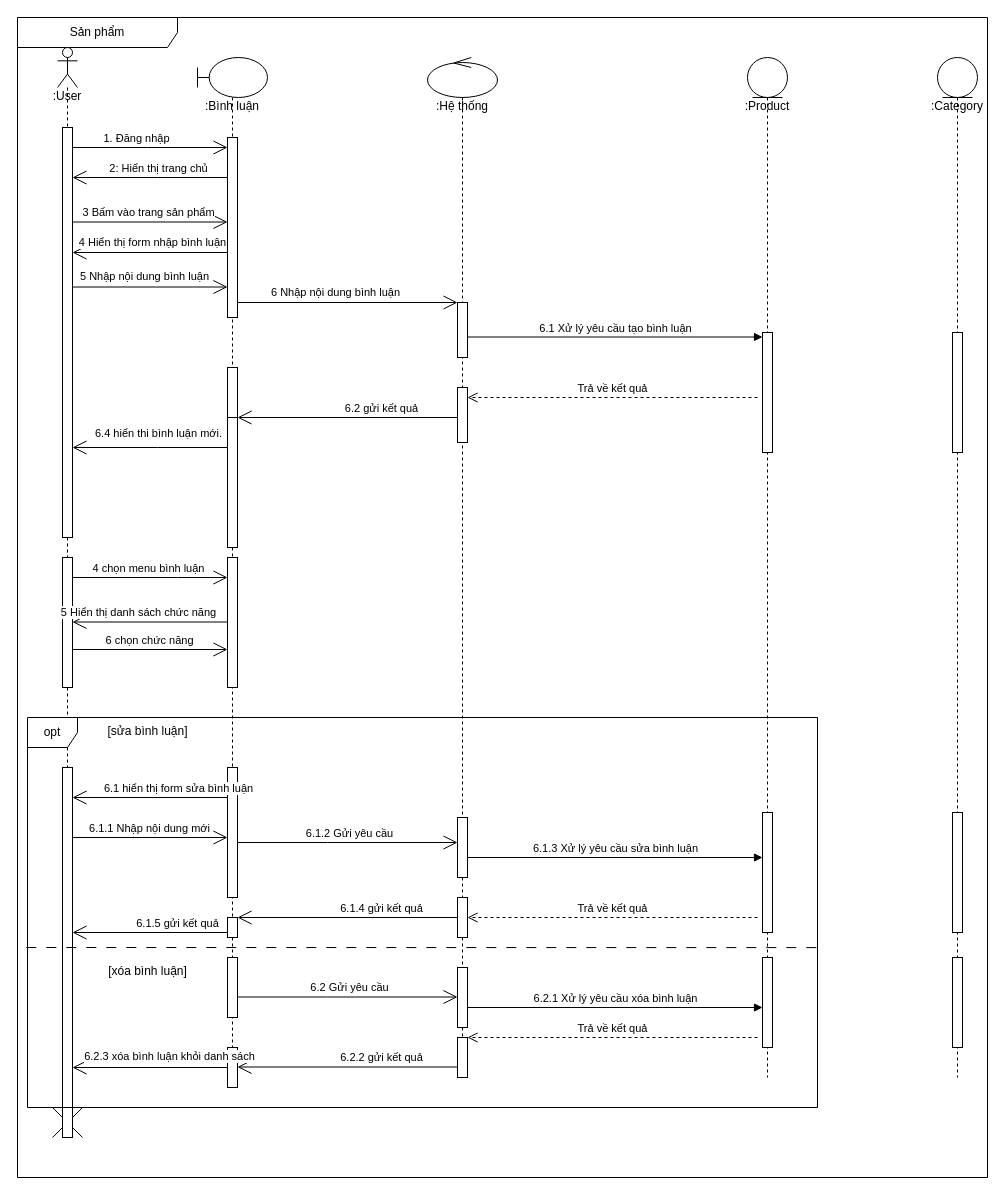
Above: page "Page-6" (6 of 10) of BlogProject/BlogProject/DangKySequence.drawio in TranThanhHoang123/Blog (draw.io), before the change. Source tidied: cells renumbered, new cells numbered last; positions are measured from the earlier drawing's top-left corner, leaving out a move shared by most shapes. Both pictures are drawn from the tidied source at 100%, with x=0, y=0 at pixel (17, 17).
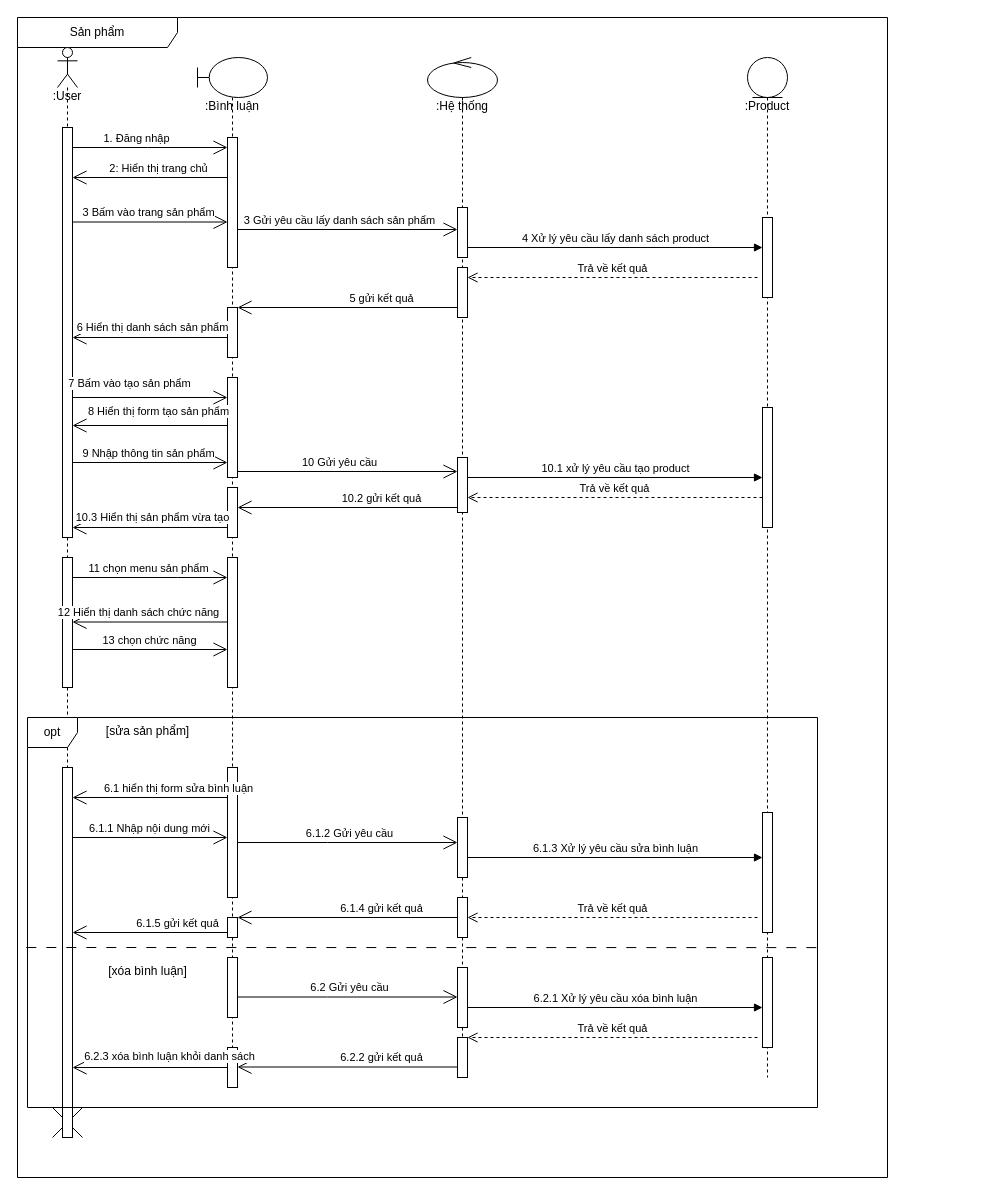
Above is the later version.

Unchanged cells that the change refers to:
```xml
<mxCell id="5" style="html=1;points=[[0,0,0,0,5],[0,1,0,0,-5],[1,0,0,0,5],[1,1,0,0,-5]];perimeter=orthogonalPerimeter;outlineConnect=0;targetShapes=umlLifeline;portConstraint=eastwest;newEdgeStyle={&quot;curved&quot;:0,&quot;rounded&quot;:0};" parent="4" vertex="1">
  <mxGeometry x="5" y="80" width="10" height="410" as="geometry" />
</mxCell>
<mxCell id="8" value="&lt;div&gt;&lt;br&gt;&lt;/div&gt;&lt;div&gt;&lt;br&gt;&lt;/div&gt;&lt;div&gt;&lt;br&gt;&lt;/div&gt;&lt;div&gt;&lt;br&gt;&lt;/div&gt;&lt;div&gt;:Bình luận&lt;/div&gt;" style="shape=umlLifeline;perimeter=lifelinePerimeter;whiteSpace=wrap;html=1;newEdgeStyle={&quot;curved&quot;:0,&quot;rounded&quot;:0};participant=umlBoundary;" parent="2" vertex="1">
  <mxGeometry x="180" y="40" width="70" height="1030" as="geometry" />
</mxCell>
<mxCell id="12" value="&lt;div&gt;&lt;br&gt;&lt;/div&gt;&lt;div&gt;&lt;br&gt;&lt;/div&gt;&lt;div&gt;&lt;br&gt;&lt;/div&gt;&lt;div&gt;&lt;br&gt;&lt;/div&gt;&lt;div&gt;:Hệ thống&lt;/div&gt;" style="shape=umlLifeline;perimeter=lifelinePerimeter;whiteSpace=wrap;html=1;newEdgeStyle={&quot;curved&quot;:0,&quot;rounded&quot;:0};participant=umlControl;" parent="2" vertex="1">
  <mxGeometry x="410" y="40" width="70" height="1020" as="geometry" />
</mxCell>
<mxCell id="16" value="&lt;div&gt;&lt;br&gt;&lt;/div&gt;&lt;div&gt;&lt;br&gt;&lt;/div&gt;&lt;div&gt;&lt;br&gt;&lt;/div&gt;&lt;div&gt;&lt;br&gt;&lt;/div&gt;&lt;div&gt;:Product&lt;/div&gt;" style="shape=umlLifeline;perimeter=lifelinePerimeter;whiteSpace=wrap;html=1;newEdgeStyle={&quot;curved&quot;:0,&quot;rounded&quot;:0};participant=umlEntity;" parent="2" vertex="1">
  <mxGeometry x="730" y="40" width="40" height="1020" as="geometry" />
</mxCell>
<mxCell id="39" value="opt" style="shape=umlFrame;whiteSpace=wrap;html=1;width=50;" parent="2" vertex="1">
  <mxGeometry x="10" y="700" width="790" height="390" as="geometry" />
</mxCell>
<mxCell id="64" style="endArrow=open;endFill=1;endSize=12;html=1;rounded=0;" parent="2" edge="1" target="11">
  <mxGeometry relative="1" as="geometry">
    <mxPoint x="55" y="560" as="sourcePoint" />
    <Array as="points">
      <mxPoint x="160" y="560" />
    </Array>
  </mxGeometry>
</mxCell>
<mxCell id="66" style="endArrow=open;endFill=1;endSize=12;html=1;rounded=0;" parent="2" edge="1" source="11">
  <mxGeometry relative="1" as="geometry">
    <mxPoint x="55" y="604.5" as="targetPoint" />
  </mxGeometry>
</mxCell>
<mxCell id="68" style="endArrow=open;endFill=1;endSize=12;html=1;rounded=0;" parent="2" edge="1" target="11">
  <mxGeometry relative="1" as="geometry">
    <mxPoint x="55" y="632" as="sourcePoint" />
  </mxGeometry>
</mxCell>
```

What changed in the source:
```diff
@@
     <mxCell id="2" value="Sản phẩm" style="shape=umlFrame;whiteSpace=wrap;html=1;width=160;" parent="1" vertex="1">
-      <mxGeometry width="970" height="1160" as="geometry" />
+      <mxGeometry width="870" height="1160" as="geometry" />
     </mxCell>
@@
     <mxCell id="9" style="html=1;perimeter=orthogonalPerimeter;targetShapes=umlLifeline;newEdgeStyle={&quot;curved&quot;:0,&quot;rounded&quot;:0};" parent="8" vertex="1">
-      <mxGeometry x="30" y="310" width="10" height="50" as="geometry" />
+      <mxGeometry x="30" y="320" width="10" height="100" as="geometry" />
     </mxCell>
-    <mxCell id="10" style="html=1;points=[[0,0,0,0,5],[0,1,0,0,-5],[1,0,0,0,5],[1,1,0,0,-5]];perimeter=orthogonalPerimeter;outlineConnect=0;targetShapes=umlLifeline;portConstraint=eastwest;newEdgeStyle={&quot;curved&quot;:0,&quot;rounded&quot;:0};" parent="8" vertex="1">
-      <mxGeometry x="30" y="360" width="10" height="130" as="geometry" />
-    </mxCell>
@@
+    <mxCell id="80" style="html=1;points=[[0,0,0,0,5],[0,1,0,0,-5],[1,0,0,0,5],[1,1,0,0,-5]];perimeter=orthogonalPerimeter;outlineConnect=0;targetShapes=umlLifeline;portConstraint=eastwest;newEdgeStyle={&quot;curved&quot;:0,&quot;rounded&quot;:0};" parent="8" vertex="1">
+      <mxGeometry x="30" y="250" width="10" height="50" as="geometry" />
+    </mxCell>
+    <mxCell id="81" style="html=1;perimeter=orthogonalPerimeter;targetShapes=umlLifeline;newEdgeStyle={&quot;curved&quot;:0,&quot;rounded&quot;:0};" parent="8" vertex="1">
+      <mxGeometry x="30" y="430" width="10" height="50" as="geometry" />
+    </mxCell>
@@
-    <mxCell id="13" style="html=1;points=[[0,0,0,0,5],[0,1,0,0,-5],[1,0,0,0,5],[1,1,0,0,-5]];perimeter=orthogonalPerimeter;outlineConnect=0;targetShapes=umlLifeline;portConstraint=eastwest;newEdgeStyle={&quot;curved&quot;:0,&quot;rounded&quot;:0};" parent="12" vertex="1">
-      <mxGeometry x="30" y="245" width="10" height="55" as="geometry" />
-    </mxCell>
@@
     <mxCell id="15" style="html=1;points=[[0,0,0,0,5],[0,1,0,0,-5],[1,0,0,0,5],[1,1,0,0,-5]];perimeter=orthogonalPerimeter;outlineConnect=0;targetShapes=umlLifeline;portConstraint=eastwest;newEdgeStyle={&quot;curved&quot;:0,&quot;rounded&quot;:0};" parent="12" vertex="1">
-      <mxGeometry x="30" y="330" width="10" height="55" as="geometry" />
+      <mxGeometry x="30" y="400" width="10" height="55" as="geometry" />
     </mxCell>
+    <mxCell id="82" style="html=1;perimeter=orthogonalPerimeter;targetShapes=umlLifeline;newEdgeStyle={&quot;curved&quot;:0,&quot;rounded&quot;:0};" parent="12" vertex="1">
+      <mxGeometry x="30" y="150" width="10" height="50" as="geometry" />
+    </mxCell>
+    <mxCell id="83" style="html=1;points=[[0,0,0,0,5],[0,1,0,0,-5],[1,0,0,0,5],[1,1,0,0,-5]];perimeter=orthogonalPerimeter;outlineConnect=0;targetShapes=umlLifeline;portConstraint=eastwest;newEdgeStyle={&quot;curved&quot;:0,&quot;rounded&quot;:0};" parent="12" vertex="1">
+      <mxGeometry x="30" y="210" width="10" height="50" as="geometry" />
+    </mxCell>
@@
     <mxCell id="17" style="html=1;perimeter=orthogonalPerimeter;targetShapes=umlLifeline;newEdgeStyle={&quot;curved&quot;:0,&quot;rounded&quot;:0};" parent="16" vertex="1">
-      <mxGeometry x="15" y="275" width="10" height="120" as="geometry" />
+      <mxGeometry x="15" y="350" width="10" height="120" as="geometry" />
     </mxCell>
@@
+    <mxCell id="84" style="html=1;perimeter=orthogonalPerimeter;targetShapes=umlLifeline;newEdgeStyle={&quot;curved&quot;:0,&quot;rounded&quot;:0};" parent="16" vertex="1">
+      <mxGeometry x="15" y="160" width="10" height="80" as="geometry" />
+    </mxCell>
     <mxCell id="20" style="html=1;points=[[0,0,0,0,5],[0,1,0,0,-5],[1,0,0,0,5],[1,1,0,0,-5]];perimeter=orthogonalPerimeter;outlineConnect=0;targetShapes=umlLifeline;portConstraint=eastwest;newEdgeStyle={&quot;curved&quot;:0,&quot;rounded&quot;:0};" parent="2" vertex="1">
-      <mxGeometry x="210" y="120" width="10" height="180" as="geometry" />
+      <mxGeometry x="210" y="120" width="10" height="130" as="geometry" />
     </mxCell>
@@
-    <mxCell id="27" style="endArrow=open;endFill=1;endSize=12;html=1;rounded=0;" parent="2" edge="1">
-      <mxGeometry relative="1" as="geometry">
-        <mxPoint x="440" y="400" as="sourcePoint" />
-        <mxPoint x="220" y="400" as="targetPoint" />
-      </mxGeometry>
-    </mxCell>
-    <mxCell id="28" value="6.2 gửi kết quả" style="edgeLabel;html=1;align=center;verticalAlign=middle;" parent="27" vertex="1">
-      <mxGeometry x="-0.19" relative="1" as="geometry">
-        <mxPoint x="12" y="-10" as="offset" />
-      </mxGeometry>
-    </mxCell>
-    <mxCell id="29" style="endArrow=open;endFill=1;endSize=12;html=1;rounded=0;" parent="2" edge="1" source="10" target="5">
-      <mxGeometry relative="1" as="geometry">
-        <Array as="points">
-          <mxPoint x="140" y="430" />
-        </Array>
-      </mxGeometry>
-    </mxCell>
-    <mxCell id="30" value="6.4 hiển thi bình luận mới." style="edgeLabel;html=1;align=center;verticalAlign=middle;" parent="29" vertex="1">
-      <mxGeometry x="-0.19" relative="1" as="geometry">
-        <mxPoint x="-7" y="-15" as="offset" />
-      </mxGeometry>
-    </mxCell>
-    <mxCell id="31" value="6.1 Xử lý yêu cầu tạo bình luận" style="html=1;verticalAlign=bottom;endArrow=block;curved=0;rounded=0;" parent="2" edge="1">
-      <mxGeometry relative="1" as="geometry">
-        <mxPoint x="450" y="319.5" as="sourcePoint" />
-        <mxPoint x="745" y="319.5" as="targetPoint" />
-      </mxGeometry>
-    </mxCell>
     <mxCell id="32" style="endArrow=open;endFill=1;endSize=12;html=1;rounded=0;" parent="2" edge="1">
       <mxGeometry relative="1" as="geometry">
-        <mxPoint x="210" y="235" as="sourcePoint" />
-        <mxPoint x="55" y="235" as="targetPoint" />
+        <mxPoint x="210" y="320" as="sourcePoint" />
+        <mxPoint x="55" y="320" as="targetPoint" />
       </mxGeometry>
     </mxCell>
-    <mxCell id="33" value="4 Hiển thị form nhập bình luận" style="edgeLabel;html=1;align=center;verticalAlign=middle;" parent="32" vertex="1">
+    <mxCell id="33" value="6 Hiển thị danh sách sản phẩm" style="edgeLabel;html=1;align=center;verticalAlign=middle;" parent="32" vertex="1">
       <mxGeometry x="-0.19" relative="1" as="geometry">
         <mxPoint x="-13" y="-11" as="offset" />
       </mxGeometry>
     </mxCell>
-    <mxCell id="34" style="endArrow=open;endFill=1;endSize=12;html=1;rounded=0;" parent="2" edge="1">
-      <mxGeometry relative="1" as="geometry">
-        <mxPoint x="55" y="269.5" as="sourcePoint" />
-        <mxPoint x="210" y="269.5" as="targetPoint" />
-      </mxGeometry>
-    </mxCell>
-    <mxCell id="35" value="5 Nhập nội dung bình luận" style="edgeLabel;html=1;align=center;verticalAlign=middle;" parent="34" vertex="1">
-      <mxGeometry x="-0.19" relative="1" as="geometry">
-        <mxPoint x="8" y="-11" as="offset" />
-      </mxGeometry>
-    </mxCell>
-    <mxCell id="36" style="endArrow=open;endFill=1;endSize=12;html=1;rounded=0;" parent="2" edge="1" source="20" target="13">
-      <mxGeometry relative="1" as="geometry" />
-    </mxCell>
-    <mxCell id="37" value="6 Nhập nội dung bình luận" style="edgeLabel;html=1;align=center;verticalAlign=middle;" parent="36" vertex="1">
-      <mxGeometry x="-0.19" relative="1" as="geometry">
-        <mxPoint x="8" y="-11" as="offset" />
-      </mxGeometry>
-    </mxCell>
-    <mxCell id="38" value="Trả về kết quả" style="endArrow=open;startArrow=none;endFill=0;startFill=0;endSize=8;html=1;verticalAlign=bottom;dashed=1;labelBackgroundColor=none;rounded=0;" parent="2" edge="1" target="15">
+    <mxCell id="38" value="Trả về kết quả" style="endArrow=open;startArrow=none;endFill=0;startFill=0;endSize=8;html=1;verticalAlign=bottom;dashed=1;labelBackgroundColor=none;rounded=0;" parent="2" edge="1">
       <mxGeometry relative="1" as="geometry">
-        <mxPoint x="740" y="380" as="sourcePoint" />
+        <mxPoint x="745" y="480" as="sourcePoint" />
+        <mxPoint x="450" y="480" as="targetPoint" />
       </mxGeometry>
     </mxCell>
@@
-    <mxCell id="40" value="[sửa bình luận]" style="text;align=center;html=1;" parent="39" vertex="1">
+    <mxCell id="40" value="[sửa sản phẩm]" style="text;align=center;html=1;" parent="39" vertex="1">
       <mxGeometry width="100" height="20" relative="1" as="geometry">
         <mxPoint x="70" as="offset" />
       </mxGeometry>
     </mxCell>
@@
-    <mxCell id="65" value="4 chọn menu bình luận" style="edgeLabel;html=1;align=center;verticalAlign=middle;" parent="64" vertex="1">
+    <mxCell id="65" value="11 chọn menu sản phẩm" style="edgeLabel;html=1;align=center;verticalAlign=middle;" parent="64" vertex="1">
       <mxGeometry x="-0.19" relative="1" as="geometry">
         <mxPoint x="12" y="-10" as="offset" />
       </mxGeometry>
     </mxCell>
@@
-    <mxCell id="67" value="5 Hiển thị danh sách chức năng" style="edgeLabel;html=1;align=center;verticalAlign=middle;" parent="66" vertex="1">
+    <mxCell id="67" value="12 Hiển thị danh sách chức năng" style="edgeLabel;html=1;align=center;verticalAlign=middle;" parent="66" vertex="1">
       <mxGeometry x="-0.19" relative="1" as="geometry">
         <mxPoint x="-27" y="-10" as="offset" />
       </mxGeometry>
     </mxCell>
@@
-    <mxCell id="69" value="6 chọn chức năng" style="edgeLabel;html=1;align=center;verticalAlign=middle;" parent="68" vertex="1">
+    <mxCell id="69" value="13 chọn chức năng" style="edgeLabel;html=1;align=center;verticalAlign=middle;" parent="68" vertex="1">
       <mxGeometry x="-0.19" relative="1" as="geometry">
         <mxPoint x="13" y="-10" as="offset" />
       </mxGeometry>
     </mxCell>
@@
-    <mxCell id="76" value="&lt;div&gt;&lt;br&gt;&lt;/div&gt;&lt;div&gt;&lt;br&gt;&lt;/div&gt;&lt;div&gt;&lt;br&gt;&lt;/div&gt;&lt;div&gt;&lt;br&gt;&lt;/div&gt;&lt;div&gt;:Category&lt;/div&gt;" style="shape=umlLifeline;perimeter=lifelinePerimeter;whiteSpace=wrap;html=1;newEdgeStyle={&quot;curved&quot;:0,&quot;rounded&quot;:0};participant=umlEntity;" parent="2" vertex="1">
-      <mxGeometry x="920" y="40" width="40" height="1020" as="geometry" />
-    </mxCell>
-    <mxCell id="77" style="html=1;perimeter=orthogonalPerimeter;targetShapes=umlLifeline;newEdgeStyle={&quot;curved&quot;:0,&quot;rounded&quot;:0};" parent="76" vertex="1">
-      <mxGeometry x="15" y="275" width="10" height="120" as="geometry" />
-    </mxCell>
-    <mxCell id="78" style="html=1;perimeter=orthogonalPerimeter;targetShapes=umlLifeline;newEdgeStyle={&quot;curved&quot;:0,&quot;rounded&quot;:0};" parent="76" vertex="1">
-      <mxGeometry x="15" y="755" width="10" height="120" as="geometry" />
-    </mxCell>
-    <mxCell id="79" style="html=1;perimeter=orthogonalPerimeter;targetShapes=umlLifeline;newEdgeStyle={&quot;curved&quot;:0,&quot;rounded&quot;:0};" parent="76" vertex="1">
-      <mxGeometry x="15" y="900" width="10" height="90" as="geometry" />
-    </mxCell>
+    <mxCell id="85" style="endArrow=open;endFill=1;endSize=12;html=1;rounded=0;" parent="2" edge="1">
+      <mxGeometry relative="1" as="geometry">
+        <mxPoint x="220" y="212" as="sourcePoint" />
+        <mxPoint x="440" y="212" as="targetPoint" />
+      </mxGeometry>
+    </mxCell>
+    <mxCell id="86" value="3 Gửi yêu cầu lấy danh sách sản phẩm" style="edgeLabel;html=1;align=center;verticalAlign=middle;" parent="85" vertex="1">
+      <mxGeometry x="-0.19" relative="1" as="geometry">
+        <mxPoint x="12" y="-10" as="offset" />
+      </mxGeometry>
+    </mxCell>
+    <mxCell id="87" value="4 Xử lý yêu cầu lấy danh sách product" style="html=1;verticalAlign=bottom;endArrow=block;curved=0;rounded=0;" parent="2" edge="1">
+      <mxGeometry relative="1" as="geometry">
+        <mxPoint x="450" y="230" as="sourcePoint" />
+        <mxPoint x="745" y="230" as="targetPoint" />
+      </mxGeometry>
+    </mxCell>
+    <mxCell id="88" value="Trả về kết quả" style="endArrow=open;startArrow=none;endFill=0;startFill=0;endSize=8;html=1;verticalAlign=bottom;dashed=1;labelBackgroundColor=none;rounded=0;" parent="2" edge="1">
+      <mxGeometry relative="1" as="geometry">
+        <mxPoint x="740" y="260" as="sourcePoint" />
+        <mxPoint x="450" y="260" as="targetPoint" />
+      </mxGeometry>
+    </mxCell>
+    <mxCell id="89" style="endArrow=open;endFill=1;endSize=12;html=1;rounded=0;" parent="2" edge="1" source="83" target="80">
+      <mxGeometry relative="1" as="geometry" />
+    </mxCell>
+    <mxCell id="90" value="5 gửi kết quả" style="edgeLabel;html=1;align=center;verticalAlign=middle;" parent="89" vertex="1">
+      <mxGeometry x="-0.19" relative="1" as="geometry">
+        <mxPoint x="12" y="-10" as="offset" />
+      </mxGeometry>
+    </mxCell>
+    <mxCell id="29" style="endArrow=open;endFill=1;endSize=12;html=1;rounded=0;" parent="2" edge="1">
+      <mxGeometry relative="1" as="geometry">
+        <mxPoint x="55" y="380" as="sourcePoint" />
+        <mxPoint x="210" y="380" as="targetPoint" />
+      </mxGeometry>
+    </mxCell>
+    <mxCell id="30" value="7 Bấm vào tạo sản phẩm" style="edgeLabel;html=1;align=center;verticalAlign=middle;" parent="29" vertex="1">
+      <mxGeometry x="-0.19" relative="1" as="geometry">
+        <mxPoint x="-7" y="-15" as="offset" />
+      </mxGeometry>
+    </mxCell>
+    <mxCell id="91" style="endArrow=open;endFill=1;endSize=12;html=1;rounded=0;" parent="2" edge="1">
+      <mxGeometry relative="1" as="geometry">
+        <mxPoint x="210" y="408" as="sourcePoint" />
+        <mxPoint x="55" y="408" as="targetPoint" />
+      </mxGeometry>
+    </mxCell>
+    <mxCell id="92" value="8 Hiển thị form tạo sản phẩm" style="edgeLabel;html=1;align=center;verticalAlign=middle;" parent="91" vertex="1">
+      <mxGeometry x="-0.19" relative="1" as="geometry">
+        <mxPoint x="-7" y="-15" as="offset" />
+      </mxGeometry>
+    </mxCell>
+    <mxCell id="93" style="endArrow=open;endFill=1;endSize=12;html=1;rounded=0;" parent="2" edge="1">
+      <mxGeometry relative="1" as="geometry">
+        <mxPoint x="55" y="445" as="sourcePoint" />
+        <mxPoint x="210" y="445" as="targetPoint" />
+      </mxGeometry>
+    </mxCell>
+    <mxCell id="94" value="9 Nhập thông tin sản phẩm" style="edgeLabel;html=1;align=center;verticalAlign=middle;" parent="93" vertex="1">
+      <mxGeometry x="-0.19" relative="1" as="geometry">
+        <mxPoint x="12" y="-10" as="offset" />
+      </mxGeometry>
+    </mxCell>
+    <mxCell id="95" value="10.1 xử lý yêu cầu tạo product" style="html=1;verticalAlign=bottom;endArrow=block;curved=0;rounded=0;" parent="2" edge="1">
+      <mxGeometry relative="1" as="geometry">
+        <mxPoint x="450" y="460" as="sourcePoint" />
+        <mxPoint x="745" y="460" as="targetPoint" />
+      </mxGeometry>
+    </mxCell>
+    <mxCell id="96" style="endArrow=open;endFill=1;endSize=12;html=1;rounded=0;" parent="2" edge="1">
+      <mxGeometry relative="1" as="geometry">
+        <mxPoint x="220" y="454" as="sourcePoint" />
+        <mxPoint x="440" y="454" as="targetPoint" />
+      </mxGeometry>
+    </mxCell>
+    <mxCell id="97" value="10 Gửi yêu cầu" style="edgeLabel;html=1;align=center;verticalAlign=middle;" parent="96" vertex="1">
+      <mxGeometry x="-0.19" relative="1" as="geometry">
+        <mxPoint x="12" y="-10" as="offset" />
+      </mxGeometry>
+    </mxCell>
+    <mxCell id="98" style="endArrow=open;endFill=1;endSize=12;html=1;rounded=0;" parent="2" edge="1">
+      <mxGeometry relative="1" as="geometry">
+        <mxPoint x="440" y="490" as="sourcePoint" />
+        <mxPoint x="220" y="490" as="targetPoint" />
+      </mxGeometry>
+    </mxCell>
+    <mxCell id="99" value="10.2 gửi kết quả" style="edgeLabel;html=1;align=center;verticalAlign=middle;" parent="98" vertex="1">
+      <mxGeometry x="-0.19" relative="1" as="geometry">
+        <mxPoint x="12" y="-10" as="offset" />
+      </mxGeometry>
+    </mxCell>
+    <mxCell id="100" style="endArrow=open;endFill=1;endSize=12;html=1;rounded=0;" parent="2" edge="1">
+      <mxGeometry relative="1" as="geometry">
+        <mxPoint x="210" y="510" as="sourcePoint" />
+        <mxPoint x="55" y="510" as="targetPoint" />
+      </mxGeometry>
+    </mxCell>
+    <mxCell id="101" value="10.3 Hiển thị sản phẩm vừa tạo" style="edgeLabel;html=1;align=center;verticalAlign=middle;" parent="100" vertex="1">
+      <mxGeometry x="-0.19" relative="1" as="geometry">
+        <mxPoint x="-13" y="-11" as="offset" />
+      </mxGeometry>
+    </mxCell>
```
